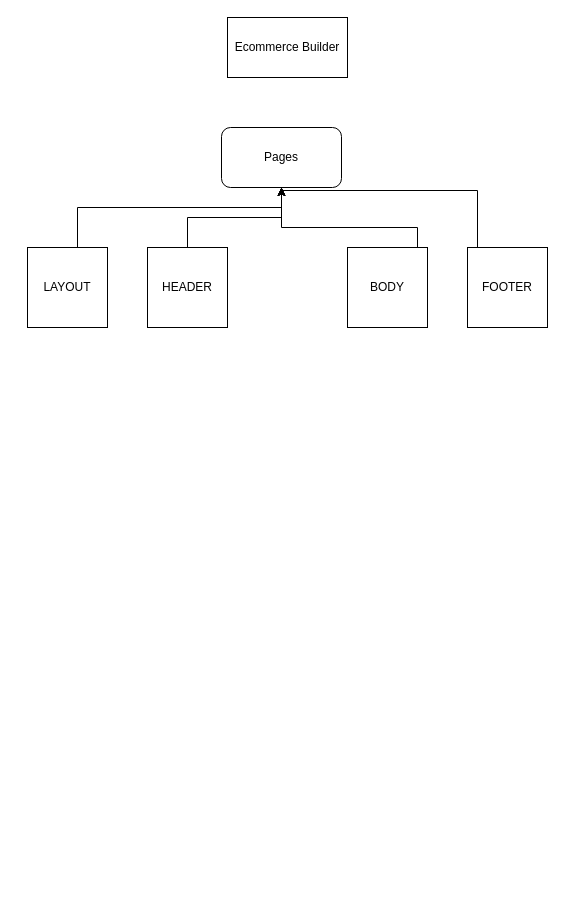
Earlier version of the draw.io diagram Untitled Diagram.drawio (AnDyro751/api_rails). Source tidied: cells renumbered, new cells numbered last; positions are measured from the earlier drawing's top-left corner, leaving out a move shared by most shapes. Both pictures are drawn from the tidied source at 100%, with x=0, y=0 at pixel (27, 17).
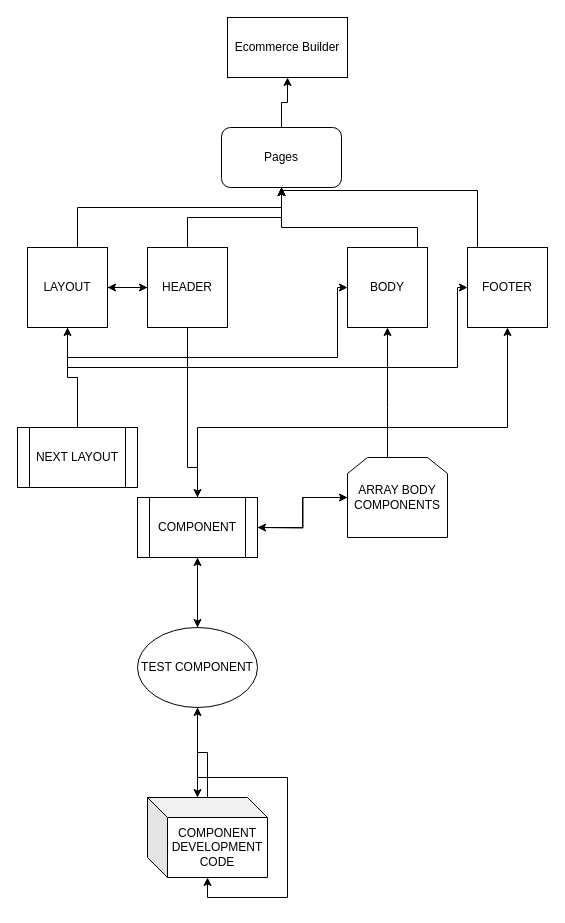
The same diagram, later.

Unchanged cells that the change refers to:
```xml
<mxCell id="2" value="Ecommerce Builder" style="rounded=0;whiteSpace=wrap;html=1;" parent="1" vertex="1">
  <mxGeometry x="200" width="120" height="60" as="geometry" />
</mxCell>
<mxCell id="3" value="Pages" style="rounded=1;whiteSpace=wrap;html=1;" parent="1" vertex="1">
  <mxGeometry x="194" y="110" width="120" height="60" as="geometry" />
</mxCell>
<mxCell id="5" value="LAYOUT" style="whiteSpace=wrap;html=1;" parent="1" vertex="1">
  <mxGeometry y="230" width="80" height="80" as="geometry" />
</mxCell>
<mxCell id="7" value="HEADER" style="whiteSpace=wrap;html=1;" parent="1" vertex="1">
  <mxGeometry x="120" y="230" width="80" height="80" as="geometry" />
</mxCell>
<mxCell id="9" value="BODY" style="whiteSpace=wrap;html=1;" parent="1" vertex="1">
  <mxGeometry x="320" y="230" width="80" height="80" as="geometry" />
</mxCell>
<mxCell id="11" value="FOOTER" style="whiteSpace=wrap;html=1;" parent="1" vertex="1">
  <mxGeometry x="440" y="230" width="80" height="80" as="geometry" />
</mxCell>
```

Change to the diagram source:
```diff
@@
+    <mxCell id="12" style="edgeStyle=orthogonalEdgeStyle;rounded=0;jettySize=auto;html=1;" parent="1" edge="1" source="3" target="2">
+      <mxGeometry relative="1" as="geometry" />
+    </mxCell>
@@
+    <mxCell id="13" style="edgeStyle=orthogonalEdgeStyle;rounded=0;jettySize=auto;html=1;entryX=0;entryY=0.5;entryDx=0;entryDy=0;" parent="1" edge="1" source="5" target="7">
+      <mxGeometry relative="1" as="geometry" />
+    </mxCell>
+    <mxCell id="14" style="edgeStyle=orthogonalEdgeStyle;rounded=0;jettySize=auto;html=1;entryX=0;entryY=0.5;entryDx=0;entryDy=0;" parent="1" edge="1" source="5" target="9">
+      <mxGeometry relative="1" as="geometry">
+        <Array as="points">
+          <mxPoint x="40" y="340" />
+          <mxPoint x="310" y="340" />
+          <mxPoint x="310" y="270" />
+        </Array>
+      </mxGeometry>
+    </mxCell>
+    <mxCell id="15" style="edgeStyle=orthogonalEdgeStyle;rounded=0;jettySize=auto;html=1;entryX=0;entryY=0.5;entryDx=0;entryDy=0;" parent="1" edge="1" source="5" target="11">
+      <mxGeometry relative="1" as="geometry">
+        <Array as="points">
+          <mxPoint x="40" y="350" />
+          <mxPoint x="430" y="350" />
+          <mxPoint x="430" y="270" />
+        </Array>
+      </mxGeometry>
+    </mxCell>
@@
+    <mxCell id="16" style="edgeStyle=orthogonalEdgeStyle;rounded=0;jettySize=auto;html=1;entryX=1;entryY=0.5;entryDx=0;entryDy=0;" parent="1" edge="1" source="7" target="5">
+      <mxGeometry relative="1" as="geometry" />
+    </mxCell>
+    <mxCell id="17" style="edgeStyle=orthogonalEdgeStyle;rounded=0;jettySize=auto;html=1;entryX=0.5;entryY=0;entryDx=0;entryDy=0;" parent="1" edge="1" source="7" target="23">
+      <mxGeometry relative="1" as="geometry">
+        <Array as="points">
+          <mxPoint x="160" y="450" />
+          <mxPoint x="170" y="450" />
+        </Array>
+      </mxGeometry>
+    </mxCell>
@@
+    <mxCell id="18" style="edgeStyle=orthogonalEdgeStyle;rounded=0;jettySize=auto;html=1;entryX=0.5;entryY=1;entryDx=0;entryDy=0;" parent="1" edge="1" source="19" target="5">
+      <mxGeometry relative="1" as="geometry" />
+    </mxCell>
+    <mxCell id="19" value="NEXT LAYOUT" style="shape=process;whiteSpace=wrap;html=1;backgroundOutline=1;" parent="1" vertex="1">
+      <mxGeometry x="-10" y="410" width="120" height="60" as="geometry" />
+    </mxCell>
+    <mxCell id="20" style="edgeStyle=orthogonalEdgeStyle;rounded=0;jettySize=auto;html=1;exitX=1;exitY=0.5;exitDx=0;exitDy=0;" parent="1" edge="1" source="23" target="26">
+      <mxGeometry relative="1" as="geometry" />
+    </mxCell>
+    <mxCell id="21" style="edgeStyle=orthogonalEdgeStyle;rounded=0;jettySize=auto;html=1;" parent="1" edge="1" source="23" target="11">
+      <mxGeometry relative="1" as="geometry">
+        <Array as="points">
+          <mxPoint x="170" y="410" />
+          <mxPoint x="480" y="410" />
+        </Array>
+      </mxGeometry>
+    </mxCell>
+    <mxCell id="22" style="edgeStyle=orthogonalEdgeStyle;rounded=0;jettySize=auto;html=1;entryX=0.5;entryY=0;entryDx=0;entryDy=0;" parent="1" edge="1" source="23" target="29">
+      <mxGeometry relative="1" as="geometry" />
+    </mxCell>
+    <mxCell id="23" value="COMPONENT" style="shape=process;whiteSpace=wrap;html=1;backgroundOutline=1;" parent="1" vertex="1">
+      <mxGeometry x="110" y="480" width="120" height="60" as="geometry" />
+    </mxCell>
+    <mxCell id="24" style="edgeStyle=orthogonalEdgeStyle;rounded=0;jettySize=auto;html=1;entryX=0.5;entryY=1;entryDx=0;entryDy=0;" parent="1" edge="1" source="26" target="9">
+      <mxGeometry relative="1" as="geometry">
+        <Array as="points">
+          <mxPoint x="360" y="390" />
+          <mxPoint x="360" y="390" />
+        </Array>
+      </mxGeometry>
+    </mxCell>
+    <mxCell id="25" style="edgeStyle=orthogonalEdgeStyle;rounded=0;jettySize=auto;html=1;" parent="1" edge="1" source="26">
+      <mxGeometry relative="1" as="geometry">
+        <mxPoint x="230" y="510" as="targetPoint" />
+      </mxGeometry>
+    </mxCell>
+    <mxCell id="26" value="ARRAY BODY COMPONENTS" style="shape=loopLimit;whiteSpace=wrap;html=1;" parent="1" vertex="1">
+      <mxGeometry x="320" y="440" width="100" height="80" as="geometry" />
+    </mxCell>
+    <mxCell id="27" style="edgeStyle=orthogonalEdgeStyle;rounded=0;jettySize=auto;html=1;entryX=0.5;entryY=1;entryDx=0;entryDy=0;" parent="1" edge="1" source="29" target="23">
+      <mxGeometry relative="1" as="geometry" />
+    </mxCell>
+    <mxCell id="28" style="edgeStyle=orthogonalEdgeStyle;rounded=0;jettySize=auto;html=1;entryX=0;entryY=0;entryDx=50;entryDy=0;entryPerimeter=0;" parent="1" edge="1" source="29" target="31">
+      <mxGeometry relative="1" as="geometry" />
+    </mxCell>
+    <mxCell id="29" value="TEST COMPONENT" style="ellipse;whiteSpace=wrap;html=1;" parent="1" vertex="1">
+      <mxGeometry x="110" y="610" width="120" height="80" as="geometry" />
+    </mxCell>
+    <mxCell id="30" style="edgeStyle=orthogonalEdgeStyle;rounded=0;jettySize=auto;html=1;entryX=0.5;entryY=1;entryDx=0;entryDy=0;" parent="1" edge="1" source="31" target="29">
+      <mxGeometry relative="1" as="geometry" />
+    </mxCell>
+    <mxCell id="31" value="COMPONENT DEVELOPMENT CODE" style="shape=cube;whiteSpace=wrap;html=1;boundedLbl=1;backgroundOutline=1;darkOpacity=0.05;darkOpacity2=0.1;" parent="1" vertex="1">
+      <mxGeometry x="120" y="780" width="120" height="80" as="geometry" />
+    </mxCell>
+    <mxCell id="32" style="edgeStyle=orthogonalEdgeStyle;rounded=0;orthogonalLoop=1;jettySize=auto;html=1;exitX=0;exitY=0;exitDx=50;exitDy=0;exitPerimeter=0;" parent="1" edge="1" source="31" target="31">
+      <mxGeometry relative="1" as="geometry" />
+    </mxCell>
```
